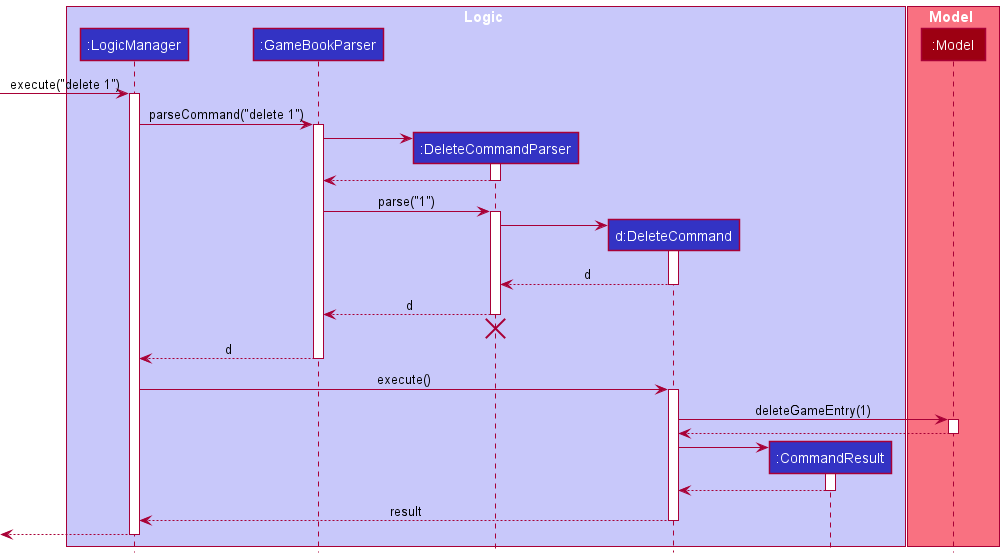
Above: docs/images/DeleteSequenceDiagram(Logic).png in yzhilong/tp (PlantUML), before the change. Its diagram source:
```plantuml
@startuml
!include style.puml

box Logic LOGIC_COLOR_T1
participant ":LogicManager" as LogicManager LOGIC_COLOR
participant ":GameBookParser" as GameBookParser LOGIC_COLOR
participant ":DeleteCommandParser" as DeleteCommandParser LOGIC_COLOR
participant "d:DeleteCommand" as DeleteCommand LOGIC_COLOR
participant ":CommandResult" as CommandResult LOGIC_COLOR
end box

box Model MODEL_COLOR_T1
participant ":Model" as Model MODEL_COLOR
end box

[-> LogicManager : execute("delete 1")
activate LogicManager

LogicManager -> GameBookParser : parseCommand("delete 1")
activate GameBookParser

create DeleteCommandParser
GameBookParser -> DeleteCommandParser
activate DeleteCommandParser

DeleteCommandParser --> GameBookParser
deactivate DeleteCommandParser

GameBookParser -> DeleteCommandParser : parse("1")
activate DeleteCommandParser

create DeleteCommand
DeleteCommandParser -> DeleteCommand
activate DeleteCommand

DeleteCommand --> DeleteCommandParser : d
deactivate DeleteCommand

DeleteCommandParser --> GameBookParser : d
deactivate DeleteCommandParser
DeleteCommandParser -[hidden]-> GameBookParser
destroy DeleteCommandParser

GameBookParser --> LogicManager : d
deactivate GameBookParser

LogicManager -> DeleteCommand : execute()
activate DeleteCommand

DeleteCommand -> Model : deleteGameEntry(1)
activate Model

Model --> DeleteCommand
deactivate Model

create CommandResult
DeleteCommand -> CommandResult
activate CommandResult

CommandResult --> DeleteCommand
deactivate CommandResult

DeleteCommand --> LogicManager : result
deactivate DeleteCommand

[<--LogicManager
deactivate LogicManager
@enduml
```
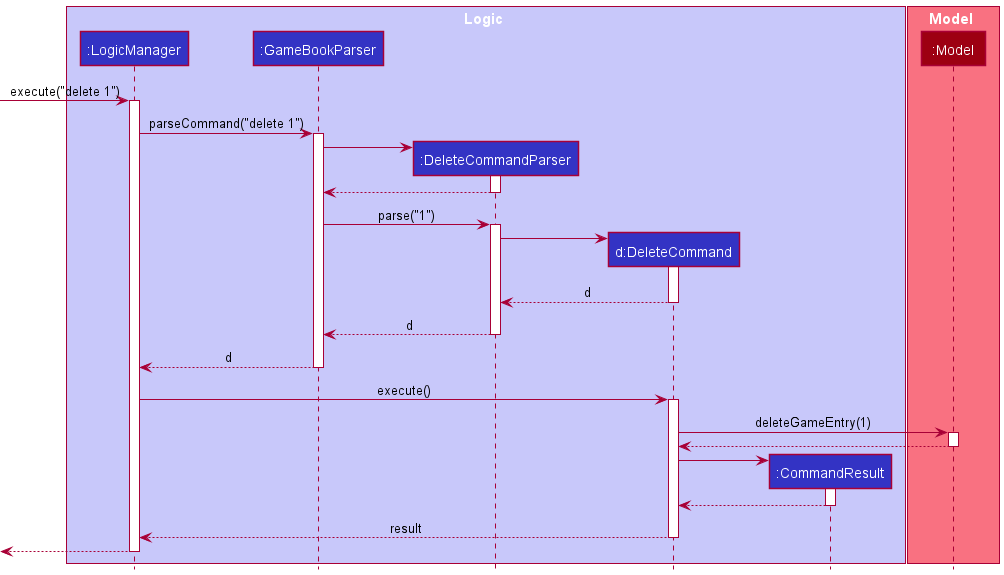
Later version of the same file.

Commit message:
Remove object deletion in logic sequence diagram eample

The edit, as a diff of the source:
```diff
@@ -38,8 +38,6 @@
 
 DeleteCommandParser --> GameBookParser : d
 deactivate DeleteCommandParser
-DeleteCommandParser -[hidden]-> GameBookParser
-destroy DeleteCommandParser
 
 GameBookParser --> LogicManager : d
 deactivate GameBookParser
```
